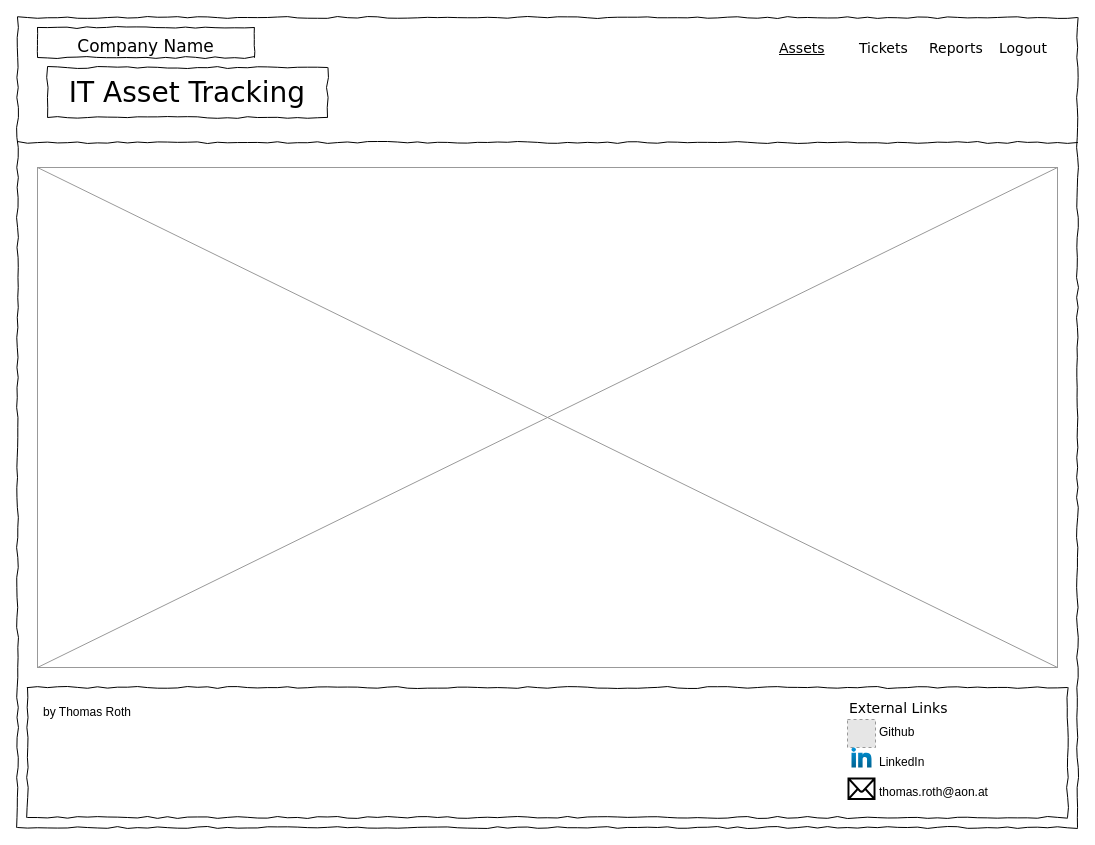
TRed91/ITAssetTracking keeps this draw.io diagram as Wireframes/ITAT_Layout.drawio. Above is the earlier version. Source tidied: cells renumbered, new cells numbered last; positions are measured from the earlier drawing's top-left corner, leaving out a move shared by most shapes. Both pictures are drawn from the tidied source at 100%, with x=0, y=0 at pixel (17, 17). Pictures stored in the file or linked from it are replaced by grey dashed boxes.
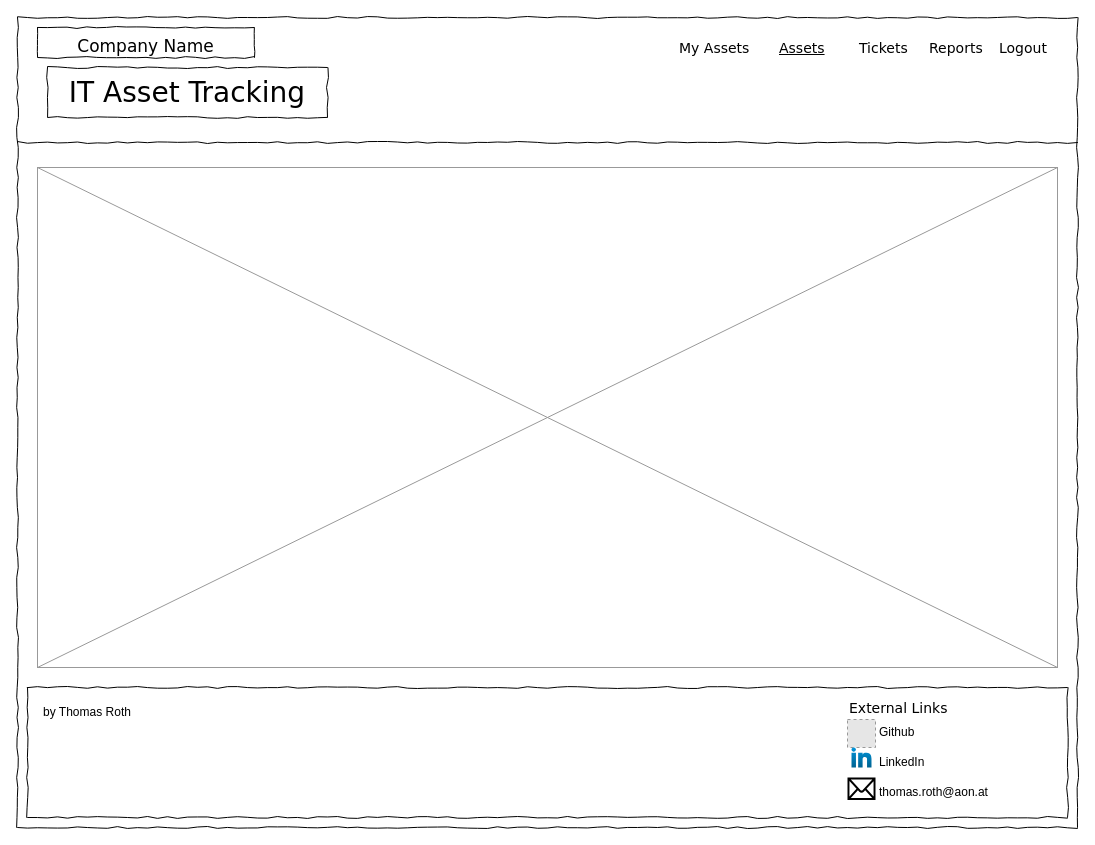
The same page after the edit.

The edit, as a diff of the source:
```diff
@@
+    <mxCell id="20" value="My Assets" style="text;html=1;align=left;verticalAlign=top;spacingTop=-4;fontSize=14;fontFamily=Verdana;" parent="1" vertex="1">
+      <mxGeometry x="660" y="20" width="70" height="20" as="geometry" />
+    </mxCell>
```
